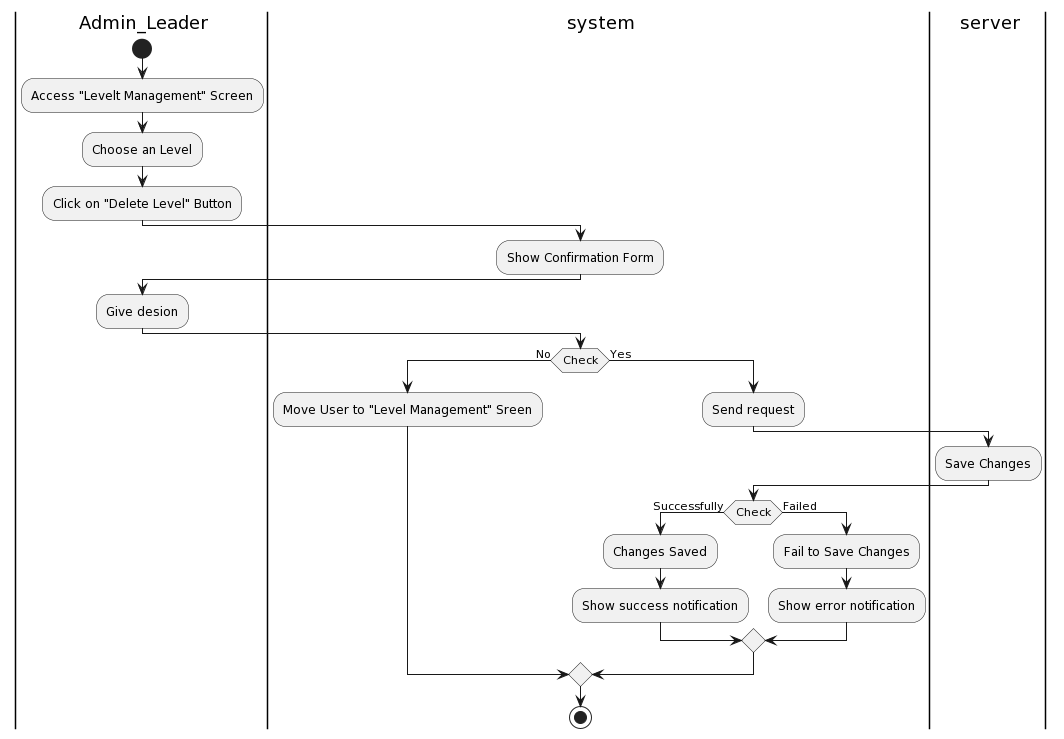
khoapham1003/SE357-Pratice-class keeps this PlantUML diagram as Lab1/Lab1.2/Activity Diagram/SystemManagement/LevelManagement/DeleteLevel/DeleteLevel.png. Above is the earlier version.
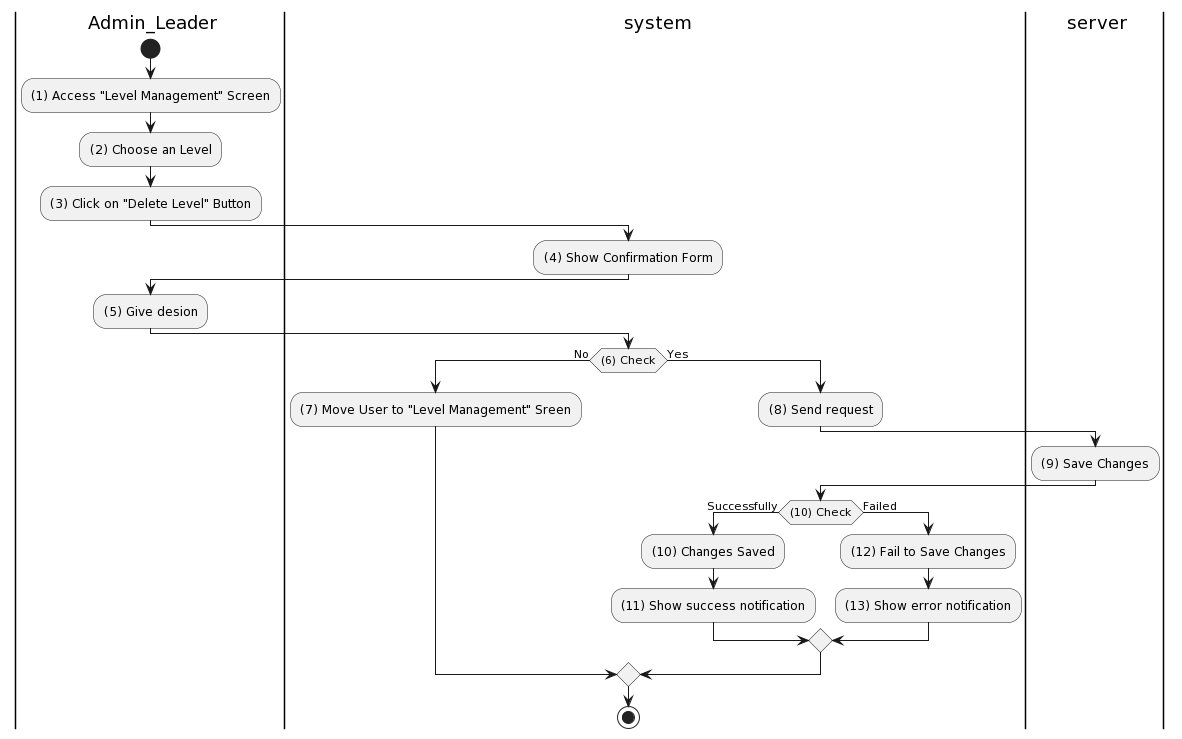
The same file after the commit.

What changed in the source:
```diff
@@ -4,28 +4,28 @@
 |ser| server
 |a|
 start
-:Access "Levelt Management" Screen;
-:Choose an Level;
-:Click on "Delete Level" Button;
+:(1) Access "Level Management" Screen;
+:(2) Choose an Level;
+:(3) Click on "Delete Level" Button;
 |sys|
-:Show Confirmation Form;
+:(4) Show Confirmation Form;
 |a|
-:Give desion;
+:(5) Give desion;
 |sys|
-if (Check) then (No)
-:Move User to "Level Management" Sreen;
+if ((6) Check) then (No)
+:(7) Move User to "Level Management" Sreen;
 else (Yes)
 |sys|
-:Send request;
+:(8) Send request;
 |ser|
-:Save Changes;
+:(9) Save Changes;
 |sys|
-if(Check) then (Successfully)
-:Changes Saved;
-:Show success notification;
+if((10) Check) then (Successfully)
+:(10) Changes Saved;
+:(11) Show success notification;
 else (Failed)
-:Fail to Save Changes;
-:Show error notification;
+:(12) Fail to Save Changes;
+:(13) Show error notification;
 endif
 endif
 stop
```
